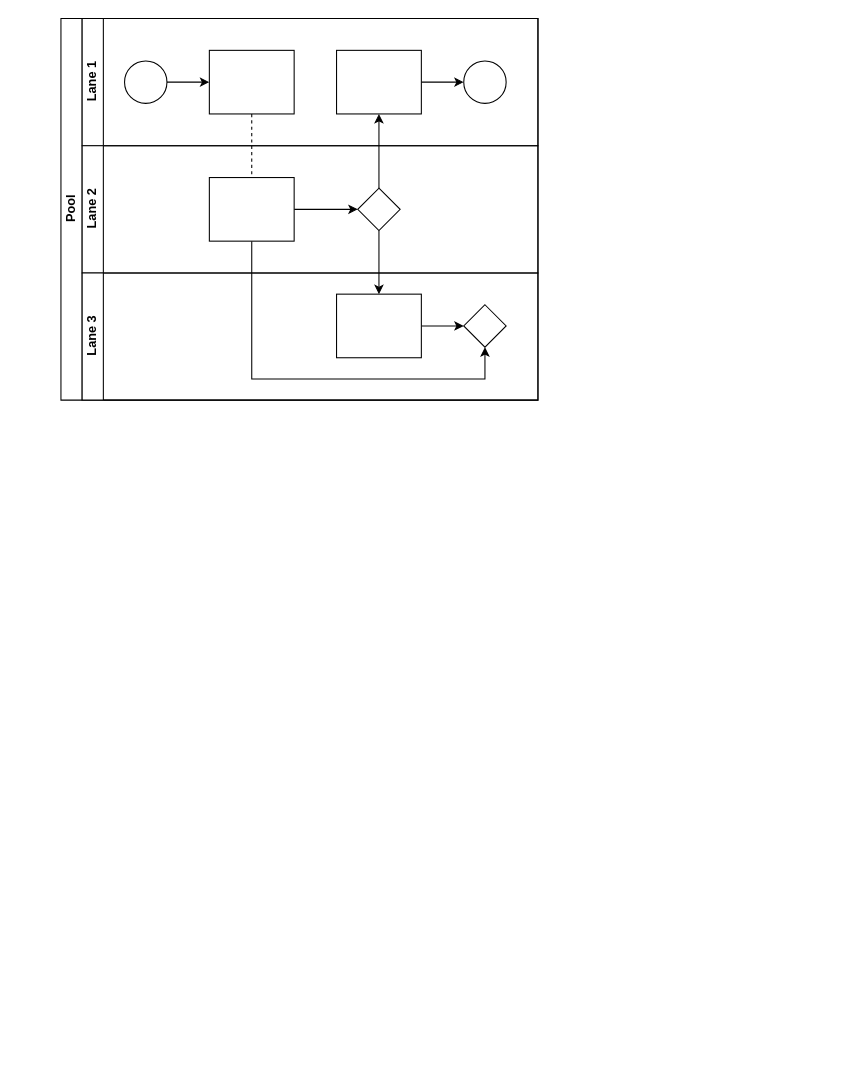
Robinuxer/Hello-world keeps this draw.io diagram as 未命名绘图.drawio. Above is the earlier version. Source tidied: cells renumbered, new cells numbered last; positions are measured from the earlier drawing's top-left corner, leaving out a move shared by most shapes. Both pictures are drawn from the tidied source at 106%, with x=0, y=0 at pixel (60, 18).
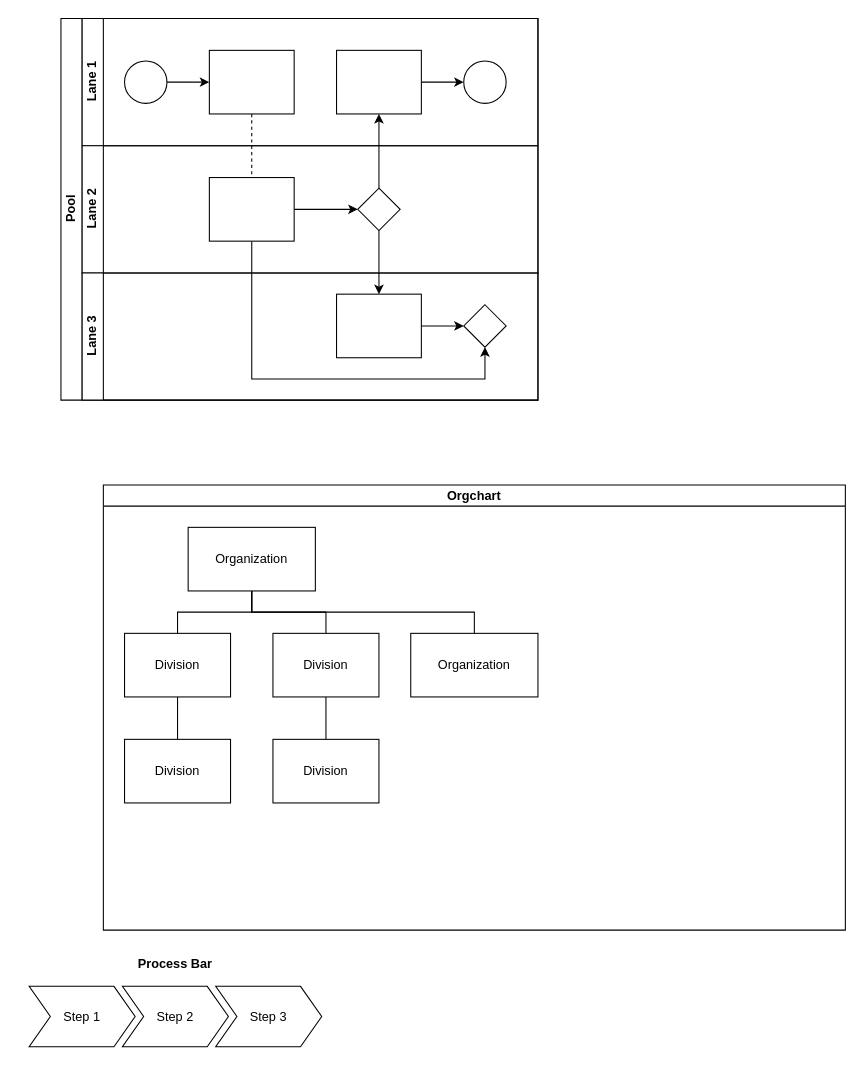
After the change.

Commit message:
更新未命名绘图.drawio

The edit, as a diff of the source:
```diff
@@
+    <mxCell id="22" value="Orgchart" style="swimlane;startSize=20;horizontal=1;containerType=tree;newEdgeStyle={&quot;edgeStyle&quot;:&quot;elbowEdgeStyle&quot;,&quot;startArrow&quot;:&quot;none&quot;,&quot;endArrow&quot;:&quot;none&quot;};" parent="1" vertex="1">
+      <mxGeometry x="40" y="440" width="700" height="420" as="geometry" />
+    </mxCell>
+    <mxCell id="23" style="edgeStyle=elbowEdgeStyle;elbow=vertical;sourcePerimeterSpacing=0;targetPerimeterSpacing=0;startArrow=none;endArrow=none;rounded=0;curved=0;" parent="22" edge="1" source="24" target="26">
+      <mxGeometry relative="1" as="geometry" />
+    </mxCell>
+    <mxCell id="24" value="Organization" style="whiteSpace=wrap;html=1;align=center;newEdgeStyle={&quot;edgeStyle&quot;:&quot;elbowEdgeStyle&quot;,&quot;startArrow&quot;:&quot;none&quot;,&quot;endArrow&quot;:&quot;none&quot;};" parent="22" vertex="1">
+      <mxGeometry x="80" y="40" width="120" height="60" as="geometry" />
+    </mxCell>
+    <mxCell id="25" style="edgeStyle=elbowEdgeStyle;elbow=vertical;sourcePerimeterSpacing=0;targetPerimeterSpacing=0;startArrow=none;endArrow=none;rounded=0;curved=0;" parent="22" edge="1" source="24" target="27">
+      <mxGeometry relative="1" as="geometry" />
+    </mxCell>
+    <mxCell id="26" value="Division" style="whiteSpace=wrap;html=1;align=center;verticalAlign=middle;newEdgeStyle={&quot;edgeStyle&quot;:&quot;elbowEdgeStyle&quot;,&quot;startArrow&quot;:&quot;none&quot;,&quot;endArrow&quot;:&quot;none&quot;};" parent="22" vertex="1">
+      <mxGeometry x="20" y="140" width="100" height="60" as="geometry" />
+    </mxCell>
+    <mxCell id="27" value="Division" style="whiteSpace=wrap;html=1;align=center;verticalAlign=middle;newEdgeStyle={&quot;edgeStyle&quot;:&quot;elbowEdgeStyle&quot;,&quot;startArrow&quot;:&quot;none&quot;,&quot;endArrow&quot;:&quot;none&quot;};" parent="22" vertex="1">
+      <mxGeometry x="160" y="140" width="100" height="60" as="geometry" />
+    </mxCell>
+    <mxCell id="28" style="edgeStyle=elbowEdgeStyle;rounded=0;jettySize=auto;html=1;elbow=vertical;startArrow=none;endArrow=none;" parent="22" edge="1" source="24" target="29">
+      <mxGeometry relative="1" as="geometry" />
+    </mxCell>
+    <mxCell id="29" value="Organization" style="whiteSpace=wrap;html=1;align=center;newEdgeStyle={&quot;edgeStyle&quot;:&quot;elbowEdgeStyle&quot;,&quot;startArrow&quot;:&quot;none&quot;,&quot;endArrow&quot;:&quot;none&quot;};" parent="22" vertex="1">
+      <mxGeometry x="290" y="140" width="120" height="60" as="geometry" />
+    </mxCell>
+    <mxCell id="30" style="edgeStyle=elbowEdgeStyle;elbow=vertical;sourcePerimeterSpacing=0;targetPerimeterSpacing=0;startArrow=none;endArrow=none;rounded=0;curved=0;" parent="22" edge="1" source="26" target="31">
+      <mxGeometry relative="1" as="geometry" />
+    </mxCell>
+    <mxCell id="31" value="Division" style="whiteSpace=wrap;html=1;align=center;verticalAlign=middle;newEdgeStyle={&quot;edgeStyle&quot;:&quot;elbowEdgeStyle&quot;,&quot;startArrow&quot;:&quot;none&quot;,&quot;endArrow&quot;:&quot;none&quot;};" parent="22" vertex="1">
+      <mxGeometry x="20" y="240" width="100" height="60" as="geometry" />
+    </mxCell>
+    <mxCell id="32" style="edgeStyle=elbowEdgeStyle;elbow=vertical;sourcePerimeterSpacing=0;targetPerimeterSpacing=0;startArrow=none;endArrow=none;rounded=0;curved=0;" parent="22" edge="1" source="27" target="33">
+      <mxGeometry relative="1" as="geometry" />
+    </mxCell>
+    <mxCell id="33" value="Division" style="whiteSpace=wrap;html=1;align=center;verticalAlign=middle;newEdgeStyle={&quot;edgeStyle&quot;:&quot;elbowEdgeStyle&quot;,&quot;startArrow&quot;:&quot;none&quot;,&quot;endArrow&quot;:&quot;none&quot;};" parent="22" vertex="1">
+      <mxGeometry x="160" y="240" width="100" height="60" as="geometry" />
+    </mxCell>
+    <mxCell id="34" value="Process Bar" style="swimlane;horizontal=1;fillColor=none;strokeColor=none;stackBorder=10;align=center;whiteSpace=wrap;html=1;" parent="1" vertex="1">
+      <mxGeometry x="-40" y="880" width="296" height="100" as="geometry" />
+    </mxCell>
+    <mxCell id="35" value="Step 1" style="shape=step;perimeter=stepPerimeter;fixedSize=1;whiteSpace=wrap;html=1;" parent="34" vertex="1">
+      <mxGeometry x="10" y="33" width="100" height="57" as="geometry" />
+    </mxCell>
+    <mxCell id="36" value="Step 2" style="shape=step;perimeter=stepPerimeter;fixedSize=1;whiteSpace=wrap;html=1;" parent="34" vertex="1">
+      <mxGeometry x="98" y="33" width="100" height="57" as="geometry" />
+    </mxCell>
+    <mxCell id="37" value="Step 3" style="shape=step;perimeter=stepPerimeter;fixedSize=1;whiteSpace=wrap;html=1;" parent="34" vertex="1">
+      <mxGeometry x="186" y="33" width="100" height="57" as="geometry" />
+    </mxCell>
```
